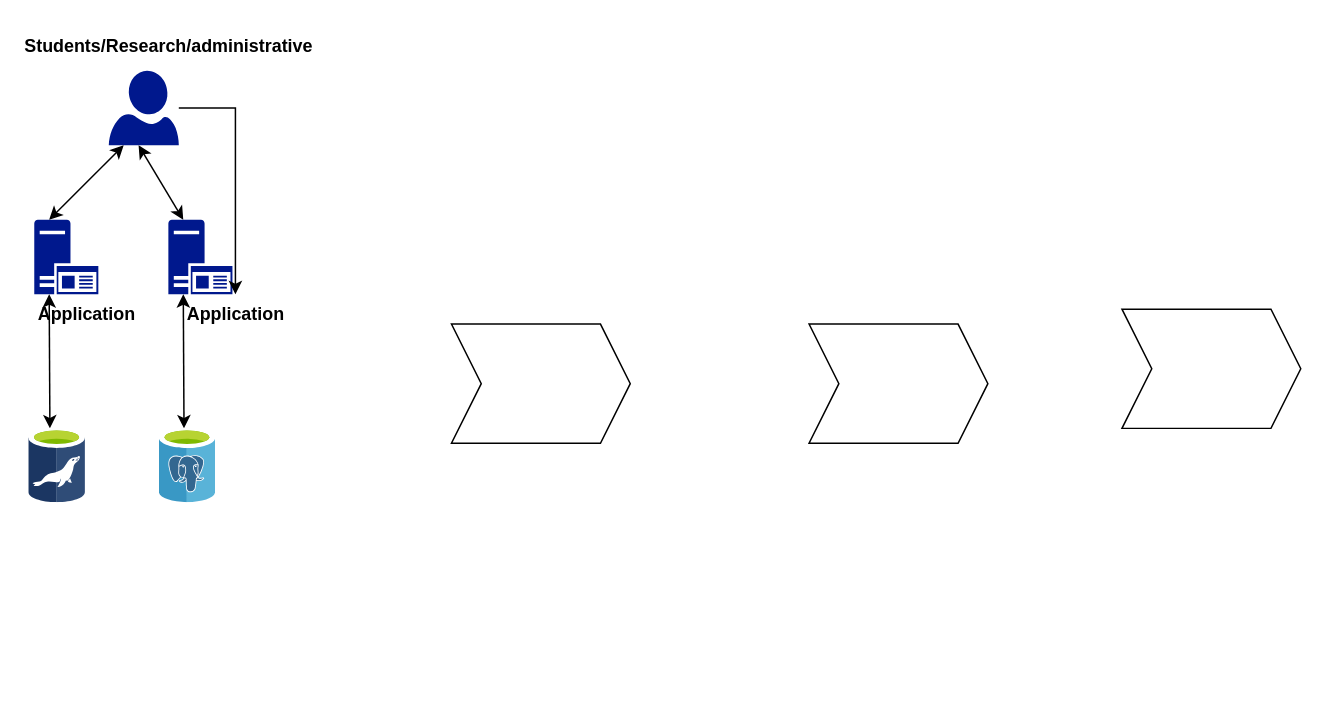
This is Untitled Diagram.drawio from ShriFunnyGuy/StudentManagement, a draw.io file, before an edit. Source tidied: cells renumbered, new cells numbered last; positions are measured from the earlier drawing's top-left corner, leaving out a move shared by most shapes. Both pictures are drawn from the tidied source at 149%, with x=0, y=0 at pixel (28, 25).
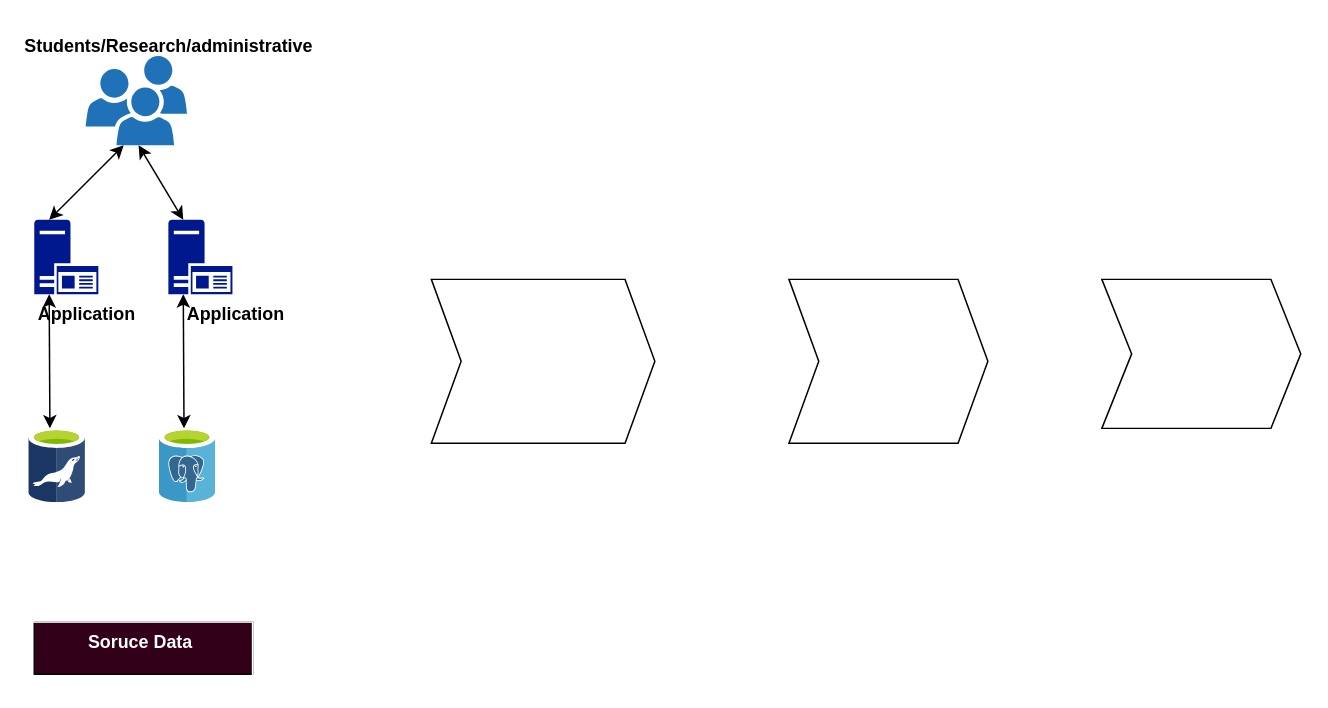
Above is the later version.

The change refers to these unchanged cells:
```xml
<mxCell id="14" value="&lt;span style=&quot;font-family: Calibri; color: black; font-weight: bold;&quot;&gt;&lt;font style=&quot;font-size: 12px;&quot;&gt;Application&lt;/font&gt;&lt;/span&gt;" style="text;whiteSpace=wrap;html=1;align=center;" parent="1" vertex="1">
  <mxGeometry x="113.5" y="180" width="50" height="20" as="geometry" />
</mxCell>
```

Change to the diagram source:
```diff
@@
-    <mxCell id="4" style="edgeStyle=orthogonalEdgeStyle;rounded=0;jettySize=auto;html=1;" parent="1" edge="1" source="5" target="14">
-      <mxGeometry relative="1" as="geometry" />
-    </mxCell>
-    <mxCell id="5" style="sketch=0;shadow=0;dashed=0;html=1;strokeColor=none;labelPosition=center;verticalLabelPosition=bottom;verticalAlign=top;align=center;fillColor=#00188D;shape=mxgraph.azure.user;" parent="1" vertex="1">
-      <mxGeometry x="53.5" y="30" width="47" height="50" as="geometry" />
-    </mxCell>
@@
     <mxCell id="10" style="shape=step;perimeter=stepPerimeter;whiteSpace=wrap;html=1;fixedSize=1;" parent="1" vertex="1">
-      <mxGeometry x="283.5" y="200" width="120" height="80" as="geometry" />
+      <mxGeometry x="270" y="170" width="150" height="110" as="geometry" />
     </mxCell>
     <mxCell id="11" style="shape=step;perimeter=stepPerimeter;whiteSpace=wrap;html=1;fixedSize=1;" parent="1" vertex="1">
-      <mxGeometry x="523.5" y="200" width="120" height="80" as="geometry" />
+      <mxGeometry x="510" y="170" width="133.5" height="110" as="geometry" />
     </mxCell>
     <mxCell id="12" style="shape=step;perimeter=stepPerimeter;whiteSpace=wrap;html=1;fixedSize=1;" parent="1" vertex="1">
-      <mxGeometry x="733.5" y="190" width="120" height="80" as="geometry" />
+      <mxGeometry x="720" y="170" width="133.5" height="100" as="geometry" />
     </mxCell>
@@
+    <mxCell id="18" style="rounded=0;whiteSpace=wrap;html=1;fillColor=#33001A;" parent="1" vertex="1">
+      <mxGeometry x="3.5" y="400" width="146.5" height="35" as="geometry" />
+    </mxCell>
+    <mxCell id="19" value="&lt;span style=&quot;font-family: Calibri; font-weight: bold;&quot;&gt;&lt;font style=&quot;font-size: 12px; color: rgb(255, 255, 255);&quot;&gt;Soruce Data&lt;/font&gt;&lt;/span&gt;" style="text;whiteSpace=wrap;html=1;align=center;shadow=0;strokeColor=#FFFFFF;" parent="1" vertex="1">
+      <mxGeometry y="400" width="150" height="40" as="geometry" />
+    </mxCell>
+    <mxCell id="20" style="sketch=0;shadow=0;dashed=0;html=1;strokeColor=none;labelPosition=center;verticalLabelPosition=bottom;verticalAlign=top;align=center;shape=mxgraph.office.users.users;fillColor=#2072B8;" parent="1" vertex="1">
+      <mxGeometry x="38" y="20" width="68" height="60" as="geometry" />
+    </mxCell>
```
